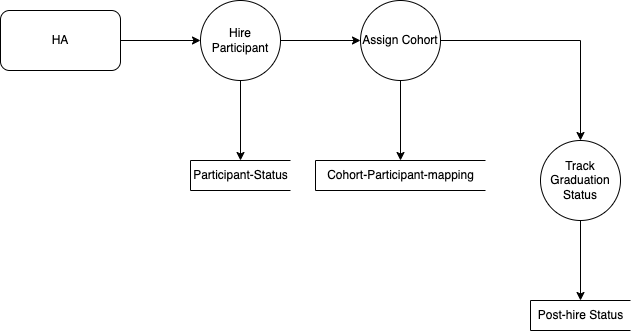
Earlier version of the draw.io export documents/assets/Post-hire-flow.drawio.png (bcgov/hcap). Source tidied: cells renumbered, new cells last; positions are measured from the earlier drawing's top-left corner, leaving out a move shared by most shapes.
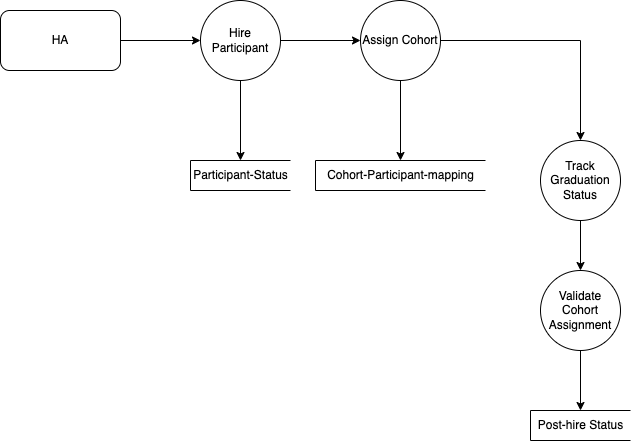
The same diagram one commit later.

Commit message:
HCAP-1066 | HCAP-1038 | Cohort Assignment Validation While Assigning Graduation Status

Change to the diagram source:
```diff
@@ -32,14 +32,20 @@
     <mxCell id="11" value="Cohort-Participant-mapping" style="html=1;dashed=0;whitespace=wrap;shape=partialRectangle;right=0;" parent="1" vertex="1">
       <mxGeometry x="315" y="160" width="170" height="30" as="geometry" />
     </mxCell>
-    <mxCell id="12" style="edgeStyle=orthogonalEdgeStyle;rounded=0;jettySize=auto;html=1;exitX=0.5;exitY=1;exitDx=0;exitDy=0;" parent="1" edge="1" source="13" target="14">
-      <mxGeometry relative="1" as="geometry" />
-    </mxCell>
+    <mxCell id="15" style="edgeStyle=orthogonalEdgeStyle;rounded=0;jettySize=auto;html=1;exitX=0.5;exitY=1;exitDx=0;exitDy=0;entryX=0.5;entryY=0;entryDx=0;entryDy=0;" parent="1" edge="1" source="13" target="17">
+      <mxGeometry relative="1" as="geometry" />
+    </mxCell>
     <mxCell id="13" value="Track Graduation Status" style="ellipse;whiteSpace=wrap;html=1;" parent="1" vertex="1">
       <mxGeometry x="540" y="140" width="80" height="80" as="geometry" />
     </mxCell>
     <mxCell id="14" value="Post-hire Status" style="html=1;dashed=0;whitespace=wrap;shape=partialRectangle;right=0;" parent="1" vertex="1">
-      <mxGeometry x="530" y="300" width="100" height="30" as="geometry" />
+      <mxGeometry x="530" y="410" width="100" height="30" as="geometry" />
     </mxCell>
+    <mxCell id="16" style="edgeStyle=orthogonalEdgeStyle;rounded=0;jettySize=auto;html=1;exitX=0.5;exitY=1;exitDx=0;exitDy=0;entryX=0.5;entryY=0;entryDx=0;entryDy=0;" parent="1" edge="1" source="17" target="14">
+      <mxGeometry relative="1" as="geometry" />
+    </mxCell>
+    <mxCell id="17" value="Validate Cohort Assignment" style="ellipse;whiteSpace=wrap;html=1;" parent="1" vertex="1">
+      <mxGeometry x="540" y="270" width="80" height="80" as="geometry" />
+    </mxCell>
   </root>
 </mxGraphModel>
```
